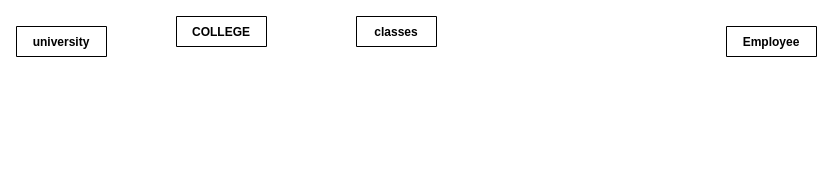
Earlier version of the draw.io diagram page "Page-2" (2 of 2) of un.drawio (sumantiwari/graph). Source tidied: cells renumbered, new cells numbered last; positions are measured from the earlier drawing's top-left corner, leaving out a move shared by most shapes. Both pictures are drawn from the tidied source at 100%, with x=0, y=0 at pixel (16, 16).
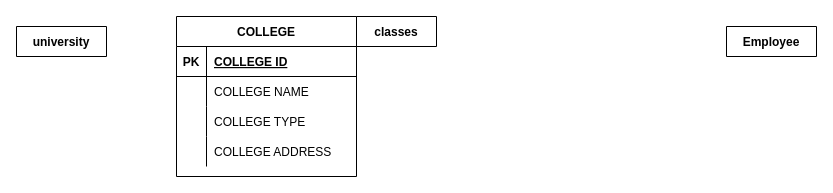
Above is the later version.

Change to the diagram source:
```diff
@@
 <mxGraphModel>
   <root>
     <mxCell id="0" />
     <mxCell id="1" parent="0" />
     <mxCell id="2" value="classes" style="shape=table;startSize=30;childLayout=tableLayout;rowLines=0;fontStyle=1;align=center;" parent="1" vertex="1" collapsed="1">
       <mxGeometry x="340" width="80" height="30" as="geometry" />
     </mxCell>
     <mxCell id="3" value="Employee" style="shape=table;startSize=30;childLayout=tableLayout;rowLines=0;fontStyle=1;align=center;" parent="1" vertex="1" collapsed="1">
       <mxGeometry x="710" y="10" width="90" height="30" as="geometry" />
     </mxCell>
-    <mxCell id="4" value="COLLEGE" style="shape=table;startSize=30;childLayout=tableLayout;rowLines=0;fontStyle=1;align=center;" parent="1" vertex="1" collapsed="1">
-      <mxGeometry x="160" width="90" height="30" as="geometry" />
+    <mxCell id="4" value="COLLEGE" style="shape=table;startSize=30;childLayout=tableLayout;rowLines=0;fontStyle=1;align=center;" parent="1" vertex="1">
+      <mxGeometry x="160" width="180" height="160" as="geometry" />
     </mxCell>
+    <mxCell id="6" style="shape=partialRectangle;fillColor=none;top=0;left=0;bottom=1;right=0;" parent="4" vertex="1">
+      <mxGeometry y="30" width="180" height="30" as="geometry" />
+    </mxCell>
+    <mxCell id="7" value="PK" style="shape=partialRectangle;fillColor=none;top=0;left=0;bottom=0;right=0;fontStyle=1;overflow=hidden;" parent="6" vertex="1">
+      <mxGeometry width="30" height="30" as="geometry" />
+    </mxCell>
+    <mxCell id="8" value="COLLEGE ID" style="shape=partialRectangle;fillColor=none;top=0;left=0;bottom=0;right=0;align=left;spacingLeft=6;fontStyle=5;overflow=hidden;" parent="6" vertex="1">
+      <mxGeometry x="30" width="150" height="30" as="geometry" />
+    </mxCell>
+    <mxCell id="9" style="shape=partialRectangle;fillColor=none;top=0;left=0;bottom=0;right=0;" parent="4" vertex="1">
+      <mxGeometry y="60" width="180" height="30" as="geometry" />
+    </mxCell>
+    <mxCell id="10" style="shape=partialRectangle;fillColor=none;top=0;left=0;bottom=0;right=0;overflow=hidden;" parent="9" vertex="1">
+      <mxGeometry width="30" height="30" as="geometry" />
+    </mxCell>
+    <mxCell id="11" value="COLLEGE NAME" style="shape=partialRectangle;fillColor=none;top=0;left=0;bottom=0;right=0;align=left;spacingLeft=6;overflow=hidden;" parent="9" vertex="1">
+      <mxGeometry x="30" width="150" height="30" as="geometry" />
+    </mxCell>
+    <mxCell id="12" style="shape=partialRectangle;fillColor=none;top=0;left=0;bottom=0;right=0;" parent="4" vertex="1">
+      <mxGeometry y="90" width="180" height="30" as="geometry" />
+    </mxCell>
+    <mxCell id="13" style="shape=partialRectangle;fillColor=none;top=0;left=0;bottom=0;right=0;overflow=hidden;" parent="12" vertex="1">
+      <mxGeometry width="30" height="30" as="geometry" />
+    </mxCell>
+    <mxCell id="14" value="COLLEGE TYPE" style="shape=partialRectangle;fillColor=none;top=0;left=0;bottom=0;right=0;align=left;spacingLeft=6;overflow=hidden;" parent="12" vertex="1">
+      <mxGeometry x="30" width="150" height="30" as="geometry" />
+    </mxCell>
+    <mxCell id="15" style="shape=partialRectangle;fillColor=none;top=0;left=0;bottom=0;right=0;" parent="4" vertex="1">
+      <mxGeometry y="120" width="180" height="30" as="geometry" />
+    </mxCell>
+    <mxCell id="16" style="shape=partialRectangle;fillColor=none;top=0;left=0;bottom=0;right=0;overflow=hidden;" parent="15" vertex="1">
+      <mxGeometry width="30" height="30" as="geometry" />
+    </mxCell>
+    <mxCell id="17" value="COLLEGE ADDRESS" style="shape=partialRectangle;fillColor=none;top=0;left=0;bottom=0;right=0;align=left;spacingLeft=6;overflow=hidden;" parent="15" vertex="1">
+      <mxGeometry x="30" width="150" height="30" as="geometry" />
+    </mxCell>
     <mxCell id="5" value="university" style="shape=table;startSize=30;childLayout=tableLayout;rowLines=0;fontStyle=1;align=center;" parent="1" vertex="1" collapsed="1">
       <mxGeometry y="10" width="90" height="30" as="geometry" />
     </mxCell>
   </root>
 </mxGraphModel>
```
